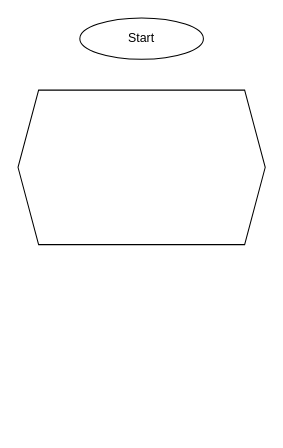
The draw.io diagram AFL1_arsiskom.drawio in 1nnocentia/Flowchart, before the edit. Source tidied: cells renumbered, new cells numbered last; positions are measured from the earlier drawing's top-left corner, leaving out a move shared by most shapes. Both pictures are drawn from the tidied source at 103%, with x=0, y=0 at pixel (18, 18).
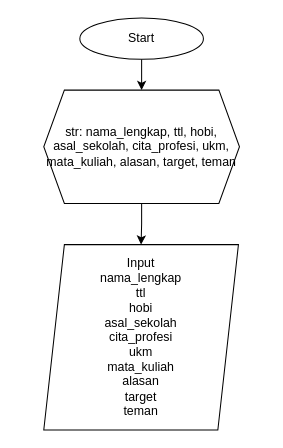
The same page after the edit.

Change to the diagram source:
```diff
@@
 <mxGraphModel>
   <root>
     <mxCell id="0" />
     <mxCell id="1" parent="0" />
+    <mxCell id="4" style="edgeStyle=orthogonalEdgeStyle;rounded=0;jettySize=auto;html=1;" parent="1" edge="1" source="2" target="3">
+      <mxGeometry relative="1" as="geometry" />
+    </mxCell>
     <mxCell id="2" value="Start" style="ellipse;whiteSpace=wrap;html=1;" parent="1" vertex="1">
       <mxGeometry x="60" width="120" height="40" as="geometry" />
     </mxCell>
+    <mxCell id="5" style="edgeStyle=orthogonalEdgeStyle;rounded=0;jettySize=auto;html=1;" parent="1" edge="1" source="3" target="6">
+      <mxGeometry relative="1" as="geometry" />
+    </mxCell>
-    <mxCell id="3" style="shape=hexagon;perimeter=hexagonPerimeter2;whiteSpace=wrap;html=1;fixedSize=1;" parent="1" vertex="1">
-      <mxGeometry y="70" width="240" height="150" as="geometry" />
+    <mxCell id="3" value="str: nama_lengkap, ttl, hobi, asal_sekolah, cita_profesi, ukm, mata_kuliah, alasan, target, teman" style="shape=hexagon;perimeter=hexagonPerimeter2;whiteSpace=wrap;html=1;fixedSize=1;" parent="1" vertex="1">
+      <mxGeometry x="25" y="70" width="190" height="110" as="geometry" />
     </mxCell>
+    <mxCell id="6" value="Input&lt;div&gt;nama_lengkap&lt;/div&gt;&lt;div&gt;ttl&lt;/div&gt;&lt;div&gt;hobi&lt;/div&gt;&lt;div&gt;asal_sekolah&lt;/div&gt;&lt;div&gt;cita_profesi&lt;/div&gt;&lt;div&gt;ukm&lt;/div&gt;&lt;div&gt;mata_kuliah&lt;/div&gt;&lt;div&gt;alasan&lt;/div&gt;&lt;div&gt;target&lt;/div&gt;&lt;div&gt;teman&lt;/div&gt;" style="shape=parallelogram;perimeter=parallelogramPerimeter;whiteSpace=wrap;html=1;fixedSize=1;" parent="1" vertex="1">
+      <mxGeometry x="25" y="220" width="189" height="180" as="geometry" />
+    </mxCell>
   </root>
 </mxGraphModel>
```
